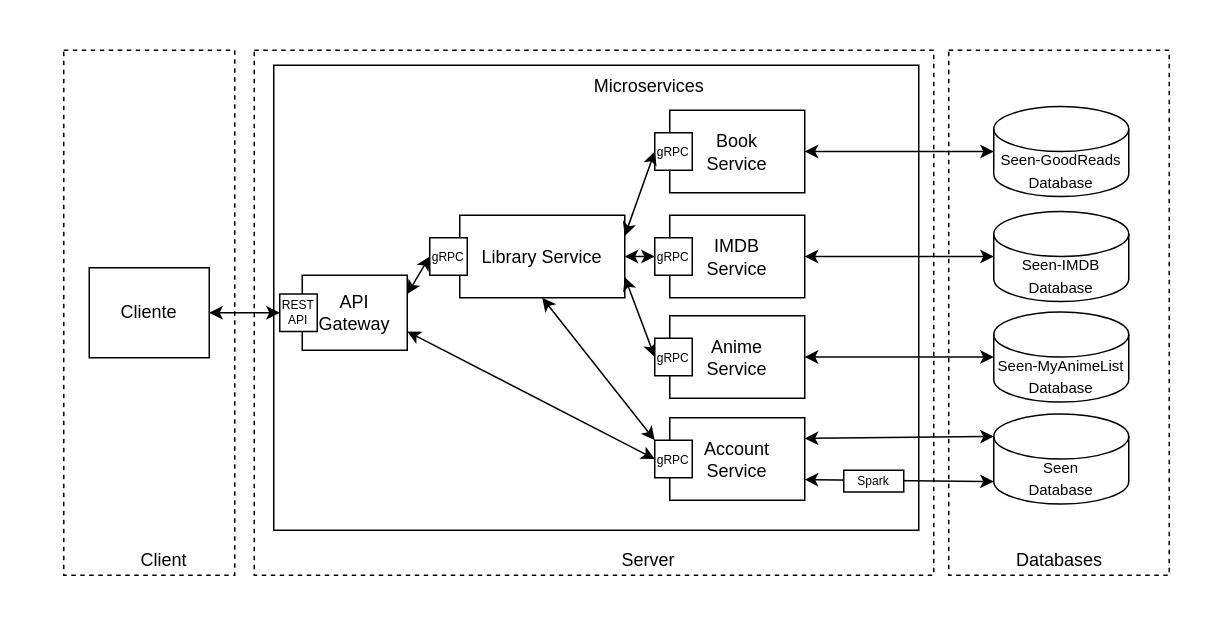
JotaFilip/cn-g keeps this draw.io diagram as app/api/report/CloudNativeAppArchitecture.drawio. Above is the earlier version. Source tidied: cells renumbered, new cells numbered last; positions are measured from the earlier drawing's top-left corner, leaving out a move shared by most shapes. Both pictures are drawn from the tidied source at 150%, with x=0, y=0 at pixel (63, 50).
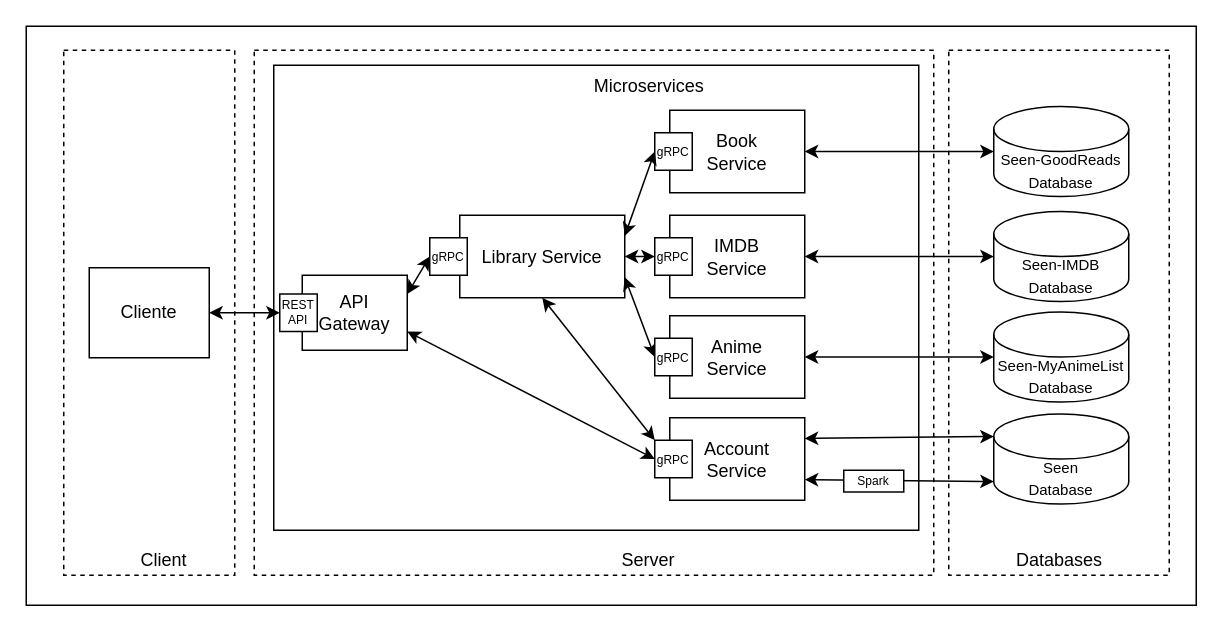
After the change.

Commit message (it also covers changes not shown here):
report Use Cases and API table

Change to the diagram source:
```diff
@@
+    <mxCell id="40" style="whiteSpace=wrap;html=1;" parent="1" vertex="1">
+      <mxGeometry x="-25" y="-16" width="780" height="386" as="geometry" />
+    </mxCell>
```
